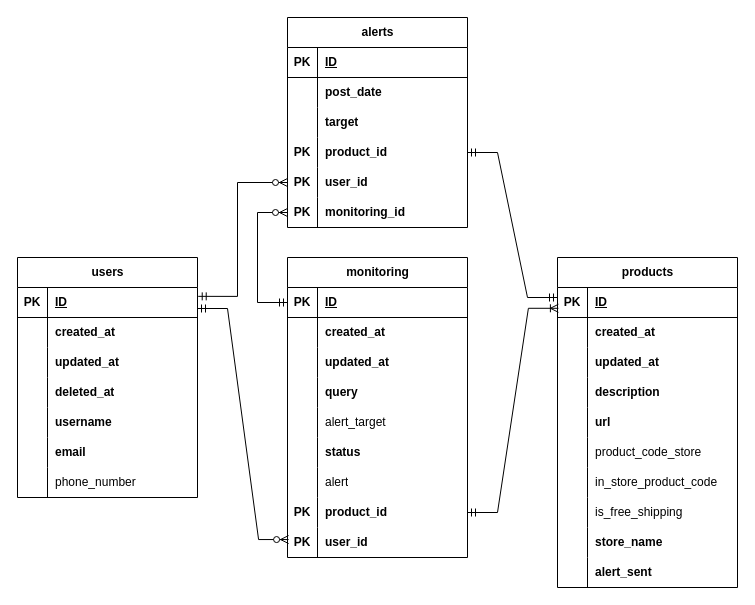
Earlier version of the draw.io diagram page "Database Model" (1 of 2) of requirements/diagrams/product_monitoring.drawio (RenatoValentim/product_monitoring). Source tidied: cells renumbered, new cells numbered last; positions are measured from the earlier drawing's top-left corner, leaving out a move shared by most shapes. Both pictures are drawn from the tidied source at 100%, with x=0, y=0 at pixel (17, 17).
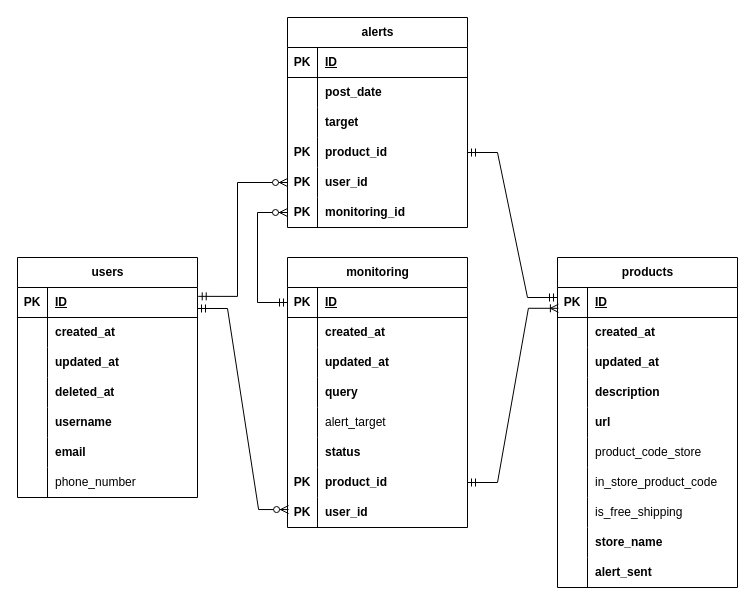
The same page after the edit.

Diff of the diagram source:
```diff
@@
     <mxCell id="24" value="monitoring" style="shape=table;startSize=30;childLayout=tableLayout;rowLines=0;fontStyle=1;align=center;html=1;" parent="1" vertex="1">
-      <mxGeometry x="270" y="240" width="180" height="300" as="geometry" />
+      <mxGeometry x="270" y="240" width="180" height="270" as="geometry" />
     </mxCell>
@@
-    <mxCell id="43" style="shape=tableRow;horizontal=0;startSize=0;swimlaneHead=0;swimlaneBody=0;fillColor=none;top=0;left=0;right=0;bottom=0;" parent="24" vertex="1">
-      <mxGeometry y="210" width="180" height="30" as="geometry" />
-    </mxCell>
-    <mxCell id="44" style="shape=partialRectangle;fillColor=none;top=0;left=0;bottom=0;right=0;overflow=hidden;whiteSpace=wrap;html=1;" parent="43" vertex="1">
-      <mxGeometry width="30" height="30" as="geometry" />
-    </mxCell>
-    <mxCell id="45" value="&lt;span&gt;alert&lt;/span&gt;" style="shape=partialRectangle;fillColor=none;top=0;left=0;bottom=0;right=0;align=left;spacingLeft=6;overflow=hidden;whiteSpace=wrap;html=1;fontStyle=0;" parent="43" vertex="1">
-      <mxGeometry x="30" width="150" height="30" as="geometry" />
-    </mxCell>
     <mxCell id="46" style="shape=tableRow;horizontal=0;startSize=0;swimlaneHead=0;swimlaneBody=0;fillColor=none;points=[[0,0.5],[1,0.5]];portConstraint=eastwest;top=0;left=0;right=0;bottom=0;" parent="24" vertex="1">
-      <mxGeometry y="240" width="180" height="30" as="geometry" />
+      <mxGeometry y="210" width="180" height="30" as="geometry" />
     </mxCell>
@@
     <mxCell id="49" style="shape=tableRow;horizontal=0;startSize=0;swimlaneHead=0;swimlaneBody=0;fillColor=none;points=[[0,0.5],[1,0.5]];portConstraint=eastwest;top=0;left=0;right=0;bottom=0;" parent="24" vertex="1">
-      <mxGeometry y="270" width="180" height="30" as="geometry" />
+      <mxGeometry y="240" width="180" height="30" as="geometry" />
     </mxCell>
```
